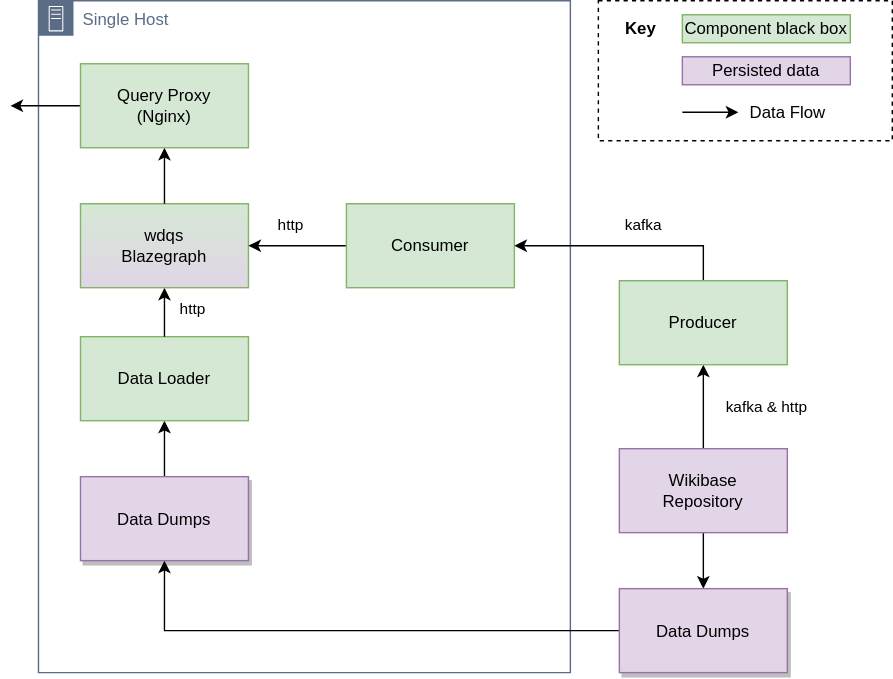
The draw.io diagram systems/Query/diagrams/07-wikidata-deployment-single-host.drawio.svg in wmde/wikidata-wikibase-architecture, before a commit. Source tidied: cells renumbered, new cells last; positions are measured from the earlier drawing's top-left corner, leaving out a move shared by most shapes.
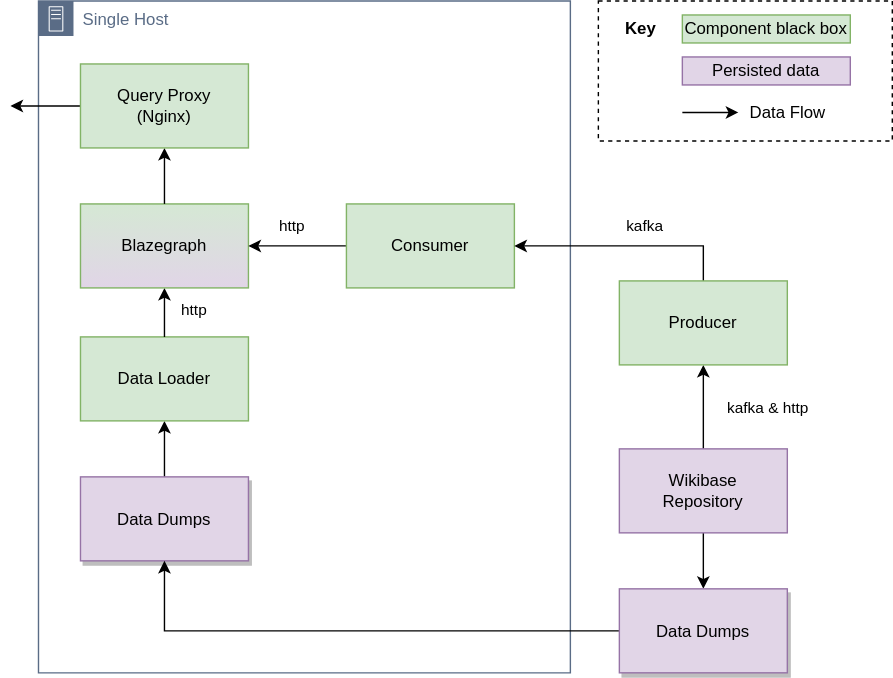
The same file after the commit.

Commit message:
Remove wdqs term

The edit, as a diff of the source:
```diff
@@ -57,7 +57,7 @@
         <mxPoint x="19" as="offset" />
       </mxGeometry>
     </mxCell>
-    <mxCell id="18" value="wdqs&lt;br&gt;Blazegraph" style="rounded=0;whiteSpace=wrap;html=1;fillColor=#d5e8d4;strokeColor=#82b366;gradientColor=#E1D5E7;" parent="1" vertex="1">
+    <mxCell id="18" value="Blazegraph" style="rounded=0;whiteSpace=wrap;html=1;fillColor=#d5e8d4;strokeColor=#82b366;gradientColor=#E1D5E7;" parent="1" vertex="1">
       <mxGeometry x="50" y="145" width="120" height="60" as="geometry" />
     </mxCell>
     <mxCell id="19" style="edgeStyle=orthogonalEdgeStyle;rounded=0;jettySize=auto;html=1;entryX=0.5;entryY=1;entryDx=0;entryDy=0;" parent="1" edge="1" source="18" target="21">
```
